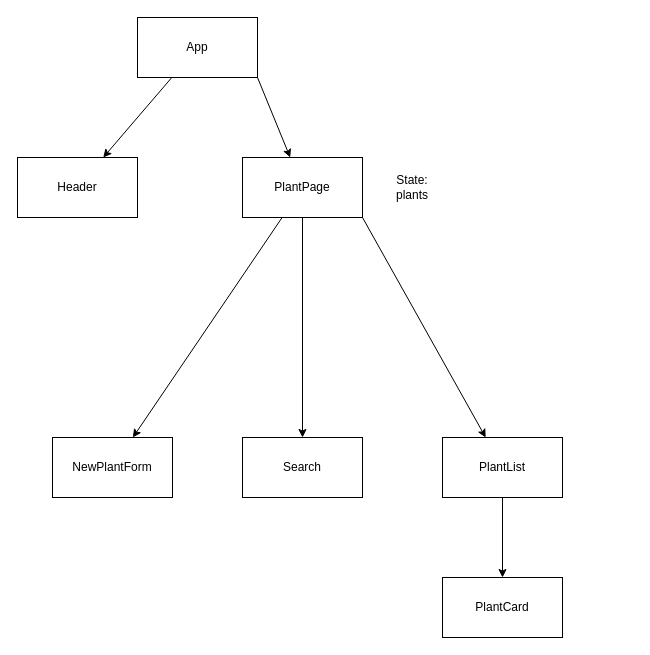
Before: src/Hierarchy.drawio in clambiase08/react-hooks-mock-code-challenge-plantshop, a draw.io diagram. Source tidied: cells renumbered, new cells numbered last; positions are measured from the earlier drawing's top-left corner, leaving out a move shared by most shapes. Both pictures are drawn from the tidied source at 100%, with x=0, y=0 at pixel (17, 17).
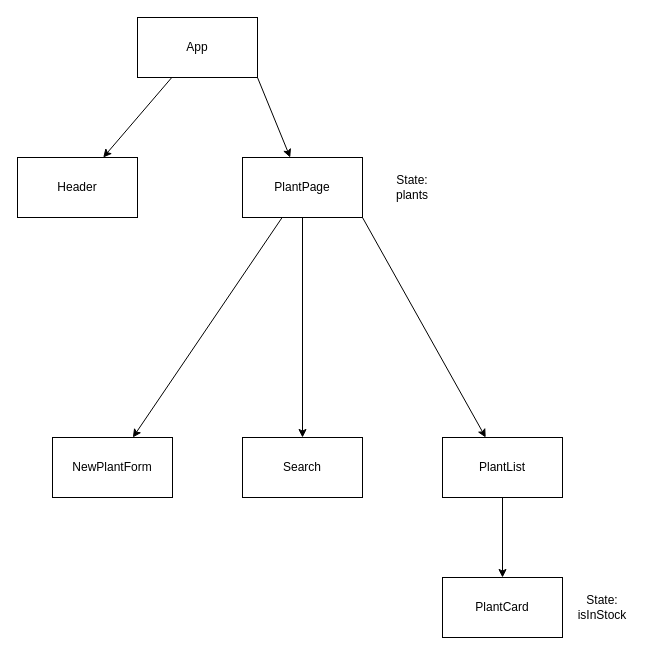
The same diagram, later.

Change to the diagram source:
```diff
@@
 <mxGraphModel>
   <root>
     <mxCell id="0" />
     <mxCell id="1" parent="0" />
     <mxCell id="2" style="edgeStyle=none;html=1;" parent="1" edge="1" source="3" target="5">
       <mxGeometry relative="1" as="geometry" />
     </mxCell>
     <mxCell id="3" value="App" style="whiteSpace=wrap;html=1;" parent="1" vertex="1">
       <mxGeometry x="120" width="120" height="60" as="geometry" />
     </mxCell>
     <mxCell id="4" style="edgeStyle=none;html=1;exitX=1;exitY=1;exitDx=0;exitDy=0;" parent="1" edge="1" source="3" target="7">
       <mxGeometry relative="1" as="geometry" />
     </mxCell>
     <mxCell id="5" value="Header" style="whiteSpace=wrap;html=1;" parent="1" vertex="1">
       <mxGeometry y="140" width="120" height="60" as="geometry" />
     </mxCell>
     <mxCell id="6" style="edgeStyle=none;html=1;" parent="1" edge="1" source="7" target="9">
       <mxGeometry relative="1" as="geometry" />
     </mxCell>
     <mxCell id="7" value="PlantPage" style="whiteSpace=wrap;html=1;" parent="1" vertex="1">
       <mxGeometry x="225" y="140" width="120" height="60" as="geometry" />
     </mxCell>
     <mxCell id="8" style="edgeStyle=none;html=1;exitX=0.5;exitY=1;exitDx=0;exitDy=0;" parent="1" edge="1" source="7" target="11">
       <mxGeometry relative="1" as="geometry" />
     </mxCell>
     <mxCell id="9" value="NewPlantForm" style="whiteSpace=wrap;html=1;" parent="1" vertex="1">
       <mxGeometry x="35" y="420" width="120" height="60" as="geometry" />
     </mxCell>
     <mxCell id="10" style="edgeStyle=none;html=1;exitX=1;exitY=1;exitDx=0;exitDy=0;" parent="1" edge="1" source="7" target="13">
       <mxGeometry relative="1" as="geometry" />
     </mxCell>
     <mxCell id="11" value="Search" style="whiteSpace=wrap;html=1;" parent="1" vertex="1">
       <mxGeometry x="225" y="420" width="120" height="60" as="geometry" />
     </mxCell>
     <mxCell id="12" style="edgeStyle=none;html=1;" parent="1" edge="1" source="13" target="14">
       <mxGeometry relative="1" as="geometry" />
     </mxCell>
     <mxCell id="13" value="PlantList" style="whiteSpace=wrap;html=1;" parent="1" vertex="1">
       <mxGeometry x="425" y="420" width="120" height="60" as="geometry" />
     </mxCell>
     <mxCell id="14" value="PlantCard" style="whiteSpace=wrap;html=1;" parent="1" vertex="1">
       <mxGeometry x="425" y="560" width="120" height="60" as="geometry" />
     </mxCell>
     <mxCell id="15" value="State: plants" style="text;strokeColor=none;align=center;fillColor=none;html=1;verticalAlign=middle;whiteSpace=wrap;rounded=0;" parent="1" vertex="1">
       <mxGeometry x="365" y="155" width="60" height="30" as="geometry" />
     </mxCell>
+    <mxCell id="16" value="State: isInStock" style="text;strokeColor=none;align=center;fillColor=none;html=1;verticalAlign=middle;whiteSpace=wrap;rounded=0;" parent="1" vertex="1">
+      <mxGeometry x="555" y="575" width="60" height="30" as="geometry" />
+    </mxCell>
   </root>
 </mxGraphModel>
```
